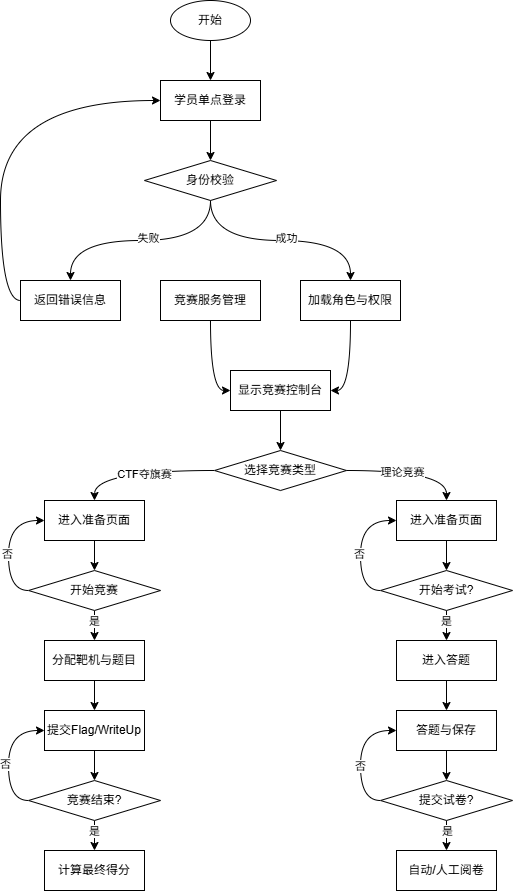
Earlier version of the draw.io export 竞赛一体化平台系统信息流程图.png (BlueTeethAC/drowIOWarehouse). Source tidied: cells renumbered, new cells last; positions are measured from the earlier drawing's top-left corner, leaving out a move shared by most shapes.
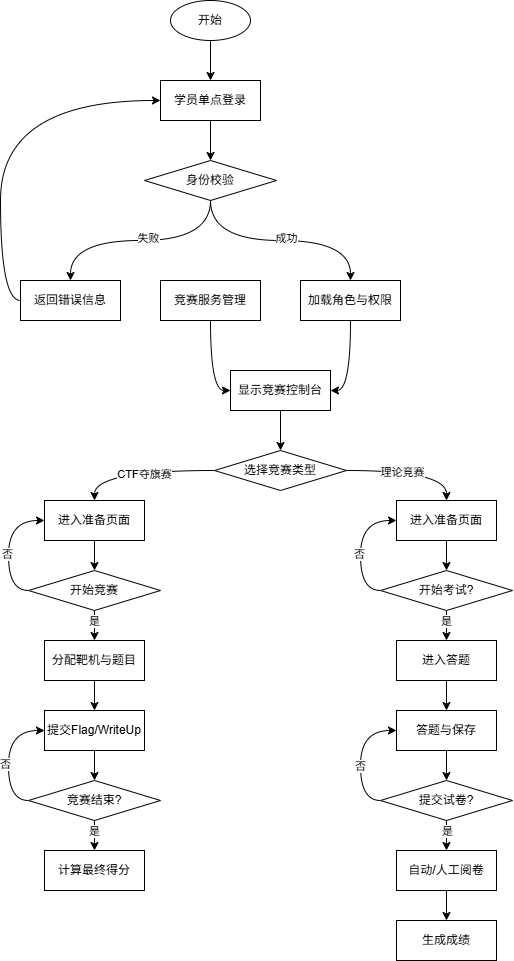
The same diagram one commit later.

Commit message:
更新竞赛一体化平台系统信息流程图.png

The edit, as a diff of the source:
```diff
@@ -167,8 +167,14 @@
     <mxCell id="56" value="提交试卷?" style="rhombus;whiteSpace=wrap;html=1;" parent="1" vertex="1">
       <mxGeometry x="360" y="780" width="132" height="40" as="geometry" />
     </mxCell>
+    <mxCell id="58" style="edgeStyle=orthogonalEdgeStyle;curved=1;rounded=0;jettySize=auto;html=1;exitX=0.5;exitY=1;exitDx=0;exitDy=0;entryX=0.5;entryY=0;entryDx=0;entryDy=0;" parent="1" edge="1" source="57" target="59">
+      <mxGeometry relative="1" as="geometry" />
+    </mxCell>
     <mxCell id="57" value="自动/人工阅卷" style="rounded=0;whiteSpace=wrap;html=1;" parent="1" vertex="1">
       <mxGeometry x="376" y="850" width="100" height="40" as="geometry" />
     </mxCell>
+    <mxCell id="59" value="生成成绩" style="rounded=0;whiteSpace=wrap;html=1;" parent="1" vertex="1">
+      <mxGeometry x="376" y="920" width="100" height="40" as="geometry" />
+    </mxCell>
   </root>
 </mxGraphModel>
```
